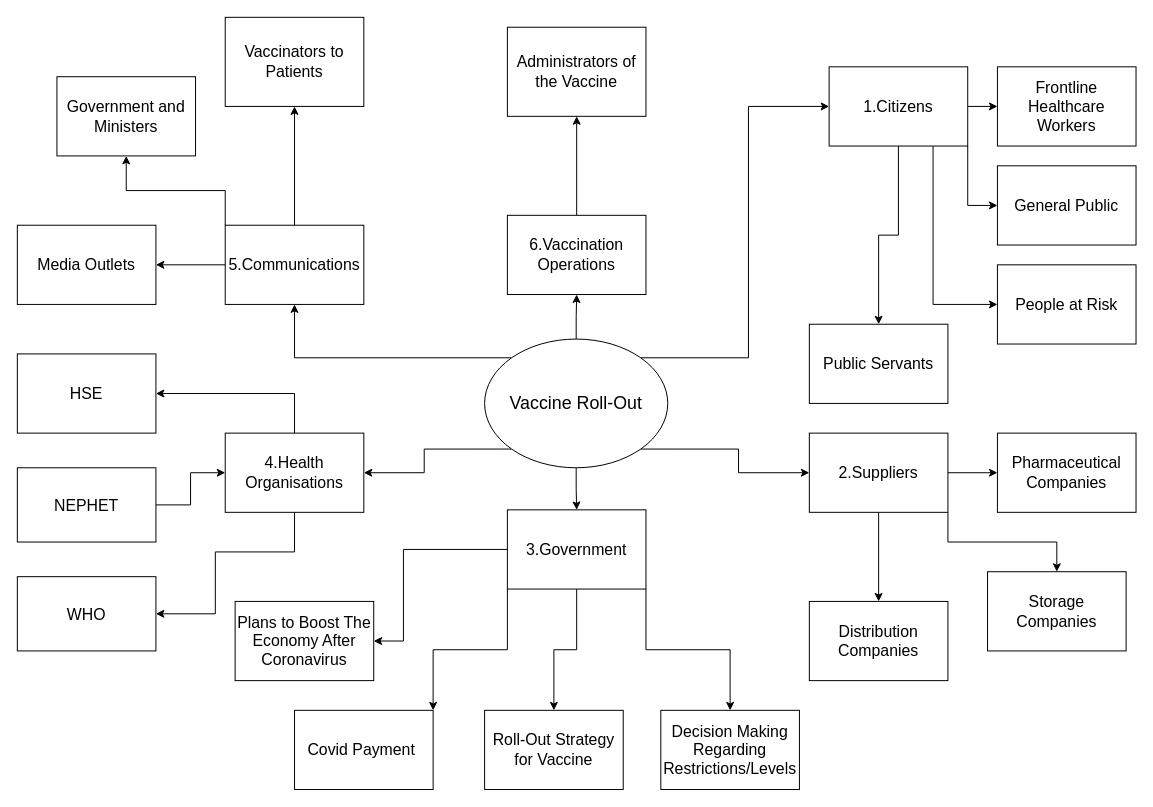
Before: Stakeholder Map.drawio in 119433684/119433684.github.io, a draw.io diagram. Source tidied: cells renumbered, new cells numbered last; positions are measured from the earlier drawing's top-left corner, leaving out a move shared by most shapes. Both pictures are drawn from the tidied source at 99%, with x=0, y=0 at pixel (17, 17).
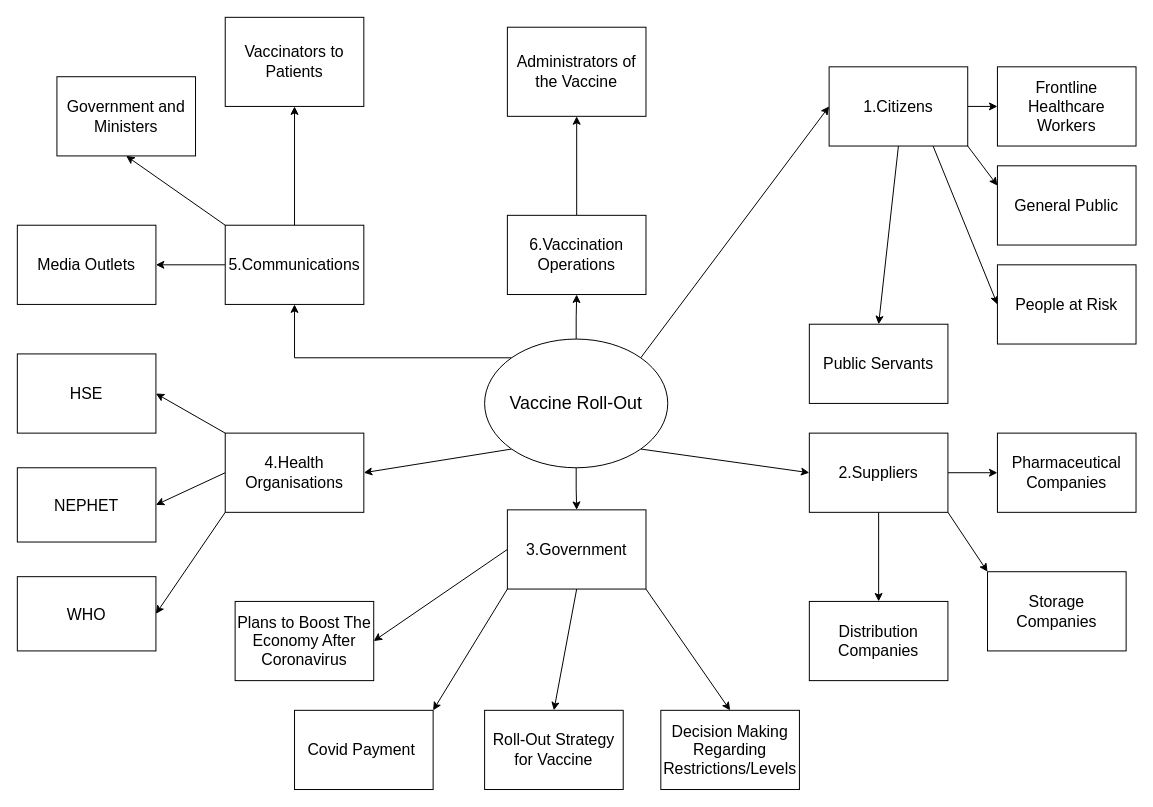
The same page after the edit.

Unchanged cells that the change refers to:
```xml
<mxCell id="8" value="Vaccine Roll-Out" style="ellipse;whiteSpace=wrap;html=1;fontSize=18;" parent="1" vertex="1">
  <mxGeometry x="472" y="325" width="185" height="130" as="geometry" />
</mxCell>
<mxCell id="11" value="4.Health Organisations" style="rounded=0;whiteSpace=wrap;html=1;fontSize=16;" parent="1" vertex="1">
  <mxGeometry x="210" y="420" width="140" height="80" as="geometry" />
</mxCell>
<mxCell id="13" value="NEPHET" style="rounded=0;whiteSpace=wrap;html=1;direction=east;fontSize=16;" parent="1" vertex="1">
  <mxGeometry y="455" width="140" height="75" as="geometry" />
</mxCell>
<mxCell id="14" value="HSE" style="rounded=0;whiteSpace=wrap;html=1;fontSize=16;" parent="1" vertex="1">
  <mxGeometry y="340" width="140" height="80" as="geometry" />
</mxCell>
<mxCell id="18" value="5.Communications" style="rounded=0;whiteSpace=wrap;html=1;fontSize=16;" parent="1" vertex="1">
  <mxGeometry x="210" y="210" width="140" height="80" as="geometry" />
</mxCell>
<mxCell id="20" value="Government and Ministers" style="rounded=0;whiteSpace=wrap;html=1;fontSize=16;" parent="1" vertex="1">
  <mxGeometry x="40" y="60" width="140" height="80" as="geometry" />
</mxCell>
<mxCell id="28" value="1.Citizens" style="rounded=0;whiteSpace=wrap;html=1;fontSize=16;" parent="1" vertex="1">
  <mxGeometry x="820" y="50" width="140" height="80" as="geometry" />
</mxCell>
<mxCell id="32" value="2.Suppliers" style="rounded=0;whiteSpace=wrap;html=1;fontSize=16;" parent="1" vertex="1">
  <mxGeometry x="800" y="420" width="140" height="80" as="geometry" />
</mxCell>
<mxCell id="37" value="3.Government" style="rounded=0;whiteSpace=wrap;html=1;fontSize=16;" parent="1" vertex="1">
  <mxGeometry x="495" y="497.5" width="140" height="80" as="geometry" />
</mxCell>
<mxCell id="38" value="Frontline Healthcare Workers" style="rounded=0;whiteSpace=wrap;html=1;fontSize=16;" parent="1" vertex="1">
  <mxGeometry x="990" y="50" width="140" height="80" as="geometry" />
</mxCell>
<mxCell id="39" value="General Public" style="rounded=0;whiteSpace=wrap;html=1;fontSize=16;" parent="1" vertex="1">
  <mxGeometry x="990" y="150" width="140" height="80" as="geometry" />
</mxCell>
<mxCell id="40" value="People at Risk" style="rounded=0;whiteSpace=wrap;html=1;fontSize=16;" parent="1" vertex="1">
  <mxGeometry x="990" y="250" width="140" height="80" as="geometry" />
</mxCell>
<mxCell id="41" value="Public Servants" style="rounded=0;whiteSpace=wrap;html=1;fontSize=16;" parent="1" vertex="1">
  <mxGeometry x="800" y="310" width="140" height="80" as="geometry" />
</mxCell>
<mxCell id="43" value="Storage Companies" style="rounded=0;whiteSpace=wrap;html=1;fontSize=16;" parent="1" vertex="1">
  <mxGeometry x="980" y="560" width="140" height="80" as="geometry" />
</mxCell>
<mxCell id="44" value="Distribution Companies" style="rounded=0;whiteSpace=wrap;html=1;fontSize=16;" parent="1" vertex="1">
  <mxGeometry x="800" y="590" width="140" height="80" as="geometry" />
</mxCell>
<mxCell id="45" value="Decision Making Regarding Restrictions/Levels" style="rounded=0;whiteSpace=wrap;html=1;fontSize=16;" parent="1" vertex="1">
  <mxGeometry x="650" y="700" width="140" height="80" as="geometry" />
</mxCell>
<mxCell id="46" value="Roll-Out Strategy for Vaccine" style="rounded=0;whiteSpace=wrap;html=1;fontSize=16;" parent="1" vertex="1">
  <mxGeometry x="472" y="700" width="140" height="80" as="geometry" />
</mxCell>
<mxCell id="47" value="Covid Payment&amp;nbsp;" style="rounded=0;whiteSpace=wrap;html=1;fontSize=16;" parent="1" vertex="1">
  <mxGeometry x="280" y="700" width="140" height="80" as="geometry" />
</mxCell>
<mxCell id="48" value="Plans to Boost The Economy After Coronavirus" style="rounded=0;whiteSpace=wrap;html=1;fontSize=16;" parent="1" vertex="1">
  <mxGeometry x="220" y="590" width="140" height="80" as="geometry" />
</mxCell>
<mxCell id="49" value="Vaccinators to Patients" style="rounded=0;whiteSpace=wrap;html=1;fontSize=16;" parent="1" vertex="1">
  <mxGeometry x="210" width="140" height="90" as="geometry" />
</mxCell>
<mxCell id="50" value="WHO" style="rounded=0;whiteSpace=wrap;html=1;direction=east;fontSize=16;" parent="1" vertex="1">
  <mxGeometry y="565" width="140" height="75" as="geometry" />
</mxCell>
```

Change to the diagram source:
```diff
@@
+    <mxCell id="7" style="edgeStyle=orthogonalEdgeStyle;rounded=0;jettySize=auto;html=1;exitX=0;exitY=0;exitDx=0;exitDy=0;entryX=0.5;entryY=1;entryDx=0;entryDy=0;fontSize=16;" parent="1" edge="1" source="8" target="18">
+      <mxGeometry relative="1" as="geometry" />
+    </mxCell>
+    <mxCell id="51" style="edgeStyle=none;rounded=0;jettySize=auto;html=1;exitX=1;exitY=0;exitDx=0;exitDy=0;" parent="1" edge="1" source="8">
+      <mxGeometry relative="1" as="geometry">
+        <mxPoint x="820" y="90" as="targetPoint" />
+      </mxGeometry>
+    </mxCell>
-    <mxCell id="4" style="edgeStyle=orthogonalEdgeStyle;rounded=0;jettySize=auto;html=1;exitX=1;exitY=1;exitDx=0;exitDy=0;entryX=0;entryY=0.5;entryDx=0;entryDy=0;fontSize=16;" parent="1" edge="1" source="8" target="32">
+    <mxCell id="4" style="edgeStyle=none;rounded=0;jettySize=auto;html=1;exitX=1;exitY=1;exitDx=0;exitDy=0;entryX=0;entryY=0.5;entryDx=0;entryDy=0;" parent="1" edge="1" source="8" target="32">
       <mxGeometry relative="1" as="geometry" />
     </mxCell>
-    <mxCell id="5" style="edgeStyle=orthogonalEdgeStyle;rounded=0;jettySize=auto;html=1;exitX=0;exitY=1;exitDx=0;exitDy=0;entryX=1;entryY=0.5;entryDx=0;entryDy=0;fontSize=16;" parent="1" edge="1" source="8" target="11">
+    <mxCell id="5" style="edgeStyle=none;rounded=0;jettySize=auto;html=1;exitX=0;exitY=1;exitDx=0;exitDy=0;entryX=1;entryY=0.5;entryDx=0;entryDy=0;" parent="1" edge="1" source="8" target="11">
       <mxGeometry relative="1" as="geometry" />
     </mxCell>
-    <mxCell id="6" style="edgeStyle=orthogonalEdgeStyle;rounded=0;jettySize=auto;html=1;exitX=1;exitY=0;exitDx=0;exitDy=0;entryX=0;entryY=0.5;entryDx=0;entryDy=0;fontSize=16;" parent="1" edge="1" source="8" target="28">
-      <mxGeometry relative="1" as="geometry" />
-    </mxCell>
-    <mxCell id="7" style="edgeStyle=orthogonalEdgeStyle;rounded=0;jettySize=auto;html=1;exitX=0;exitY=0;exitDx=0;exitDy=0;entryX=0.5;entryY=1;entryDx=0;entryDy=0;fontSize=16;" parent="1" edge="1" source="8" target="18">
-      <mxGeometry relative="1" as="geometry" />
-    </mxCell>
@@
-    <mxCell id="9" style="edgeStyle=orthogonalEdgeStyle;rounded=0;jettySize=auto;html=1;exitX=0.5;exitY=0;exitDx=0;exitDy=0;entryX=1;entryY=0.5;entryDx=0;entryDy=0;fontSize=16;" parent="1" edge="1" source="11" target="14">
+    <mxCell id="9" style="edgeStyle=none;rounded=0;jettySize=auto;html=1;exitX=0;exitY=0;exitDx=0;exitDy=0;entryX=1;entryY=0.5;entryDx=0;entryDy=0;" parent="1" edge="1" source="11" target="14">
       <mxGeometry relative="1" as="geometry" />
     </mxCell>
+    <mxCell id="52" style="edgeStyle=none;rounded=0;jettySize=auto;html=1;exitX=0;exitY=0.5;exitDx=0;exitDy=0;entryX=1;entryY=0.5;entryDx=0;entryDy=0;" parent="1" edge="1" source="11" target="13">
+      <mxGeometry relative="1" as="geometry" />
+    </mxCell>
-    <mxCell id="10" style="edgeStyle=orthogonalEdgeStyle;rounded=0;jettySize=auto;html=1;exitX=0.5;exitY=1;exitDx=0;exitDy=0;entryX=1;entryY=0.5;entryDx=0;entryDy=0;fontSize=16;" parent="1" edge="1" source="11" target="50">
-      <mxGeometry relative="1" as="geometry">
-        <Array as="points">
-          <mxPoint x="280" y="540" />
-          <mxPoint x="200" y="540" />
-          <mxPoint x="200" y="603" />
-        </Array>
-      </mxGeometry>
+    <mxCell id="10" style="edgeStyle=none;rounded=0;jettySize=auto;html=1;exitX=0;exitY=1;exitDx=0;exitDy=0;entryX=1;entryY=0.5;entryDx=0;entryDy=0;" parent="1" edge="1" source="11" target="50">
+      <mxGeometry relative="1" as="geometry" />
     </mxCell>
@@
-    <mxCell id="12" style="edgeStyle=orthogonalEdgeStyle;rounded=0;jettySize=auto;html=1;exitX=1;exitY=0.5;exitDx=0;exitDy=0;entryX=0;entryY=0.5;entryDx=0;entryDy=0;fontSize=16;" parent="1" edge="1" source="13" target="11">
-      <mxGeometry relative="1" as="geometry" />
-    </mxCell>
@@
+    <mxCell id="17" style="edgeStyle=orthogonalEdgeStyle;rounded=0;jettySize=auto;html=1;exitX=0.5;exitY=0;exitDx=0;exitDy=0;entryX=0.5;entryY=1;entryDx=0;entryDy=0;fontSize=16;" parent="1" edge="1" source="18" target="49">
+      <mxGeometry relative="1" as="geometry" />
+    </mxCell>
-    <mxCell id="16" style="edgeStyle=orthogonalEdgeStyle;rounded=0;jettySize=auto;html=1;exitX=0;exitY=0;exitDx=0;exitDy=0;entryX=0.5;entryY=1;entryDx=0;entryDy=0;fontSize=18;" parent="1" edge="1" source="18" target="20">
+    <mxCell id="16" style="edgeStyle=none;rounded=0;jettySize=auto;html=1;exitX=0;exitY=0;exitDx=0;exitDy=0;entryX=0.5;entryY=1;entryDx=0;entryDy=0;" parent="1" edge="1" source="18" target="20">
       <mxGeometry relative="1" as="geometry" />
     </mxCell>
-    <mxCell id="17" style="edgeStyle=orthogonalEdgeStyle;rounded=0;jettySize=auto;html=1;exitX=0.5;exitY=0;exitDx=0;exitDy=0;entryX=0.5;entryY=1;entryDx=0;entryDy=0;fontSize=16;" parent="1" edge="1" source="18" target="49">
-      <mxGeometry relative="1" as="geometry" />
-    </mxCell>
@@
-    <mxCell id="24" style="edgeStyle=orthogonalEdgeStyle;rounded=0;jettySize=auto;html=1;exitX=1;exitY=0.5;exitDx=0;exitDy=0;entryX=0;entryY=0.5;entryDx=0;entryDy=0;fontSize=16;" parent="1" edge="1" source="28" target="38">
+    <mxCell id="24" style="edgeStyle=none;rounded=0;jettySize=auto;html=1;exitX=1;exitY=0.5;exitDx=0;exitDy=0;entryX=0;entryY=0.5;entryDx=0;entryDy=0;" parent="1" edge="1" source="28" target="38">
       <mxGeometry relative="1" as="geometry" />
     </mxCell>
-    <mxCell id="25" style="edgeStyle=orthogonalEdgeStyle;rounded=0;jettySize=auto;html=1;exitX=1;exitY=1;exitDx=0;exitDy=0;entryX=0;entryY=0.5;entryDx=0;entryDy=0;fontSize=16;" parent="1" edge="1" source="28" target="39">
+    <mxCell id="25" style="edgeStyle=none;rounded=0;jettySize=auto;html=1;exitX=1;exitY=1;exitDx=0;exitDy=0;entryX=0;entryY=0.25;entryDx=0;entryDy=0;" parent="1" edge="1" source="28" target="39">
       <mxGeometry relative="1" as="geometry" />
     </mxCell>
-    <mxCell id="26" style="edgeStyle=orthogonalEdgeStyle;rounded=0;jettySize=auto;html=1;exitX=0.75;exitY=1;exitDx=0;exitDy=0;entryX=0;entryY=0.5;entryDx=0;entryDy=0;fontSize=16;" parent="1" edge="1" source="28" target="40">
+    <mxCell id="26" style="edgeStyle=none;rounded=0;jettySize=auto;html=1;exitX=0.75;exitY=1;exitDx=0;exitDy=0;entryX=0;entryY=0.5;entryDx=0;entryDy=0;" parent="1" edge="1" source="28" target="40">
       <mxGeometry relative="1" as="geometry" />
     </mxCell>
-    <mxCell id="27" style="edgeStyle=orthogonalEdgeStyle;rounded=0;jettySize=auto;html=1;exitX=0.5;exitY=1;exitDx=0;exitDy=0;entryX=0.5;entryY=0;entryDx=0;entryDy=0;fontSize=16;" parent="1" edge="1" source="28" target="41">
+    <mxCell id="27" style="edgeStyle=none;rounded=0;jettySize=auto;html=1;exitX=0.5;exitY=1;exitDx=0;exitDy=0;entryX=0.5;entryY=0;entryDx=0;entryDy=0;" parent="1" edge="1" source="28" target="41">
       <mxGeometry relative="1" as="geometry" />
     </mxCell>
@@
+    <mxCell id="31" style="edgeStyle=orthogonalEdgeStyle;rounded=0;jettySize=auto;html=1;exitX=0.5;exitY=1;exitDx=0;exitDy=0;entryX=0.5;entryY=0;entryDx=0;entryDy=0;fontSize=16;" parent="1" edge="1" source="32" target="44">
+      <mxGeometry relative="1" as="geometry" />
+    </mxCell>
-    <mxCell id="30" style="edgeStyle=orthogonalEdgeStyle;rounded=0;jettySize=auto;html=1;exitX=1;exitY=1;exitDx=0;exitDy=0;entryX=0.5;entryY=0;entryDx=0;entryDy=0;fontSize=16;" parent="1" edge="1" source="32" target="43">
+    <mxCell id="30" style="edgeStyle=none;rounded=0;jettySize=auto;html=1;exitX=1;exitY=1;exitDx=0;exitDy=0;entryX=0;entryY=0;entryDx=0;entryDy=0;" parent="1" edge="1" source="32" target="43">
       <mxGeometry relative="1" as="geometry" />
     </mxCell>
-    <mxCell id="31" style="edgeStyle=orthogonalEdgeStyle;rounded=0;jettySize=auto;html=1;exitX=0.5;exitY=1;exitDx=0;exitDy=0;entryX=0.5;entryY=0;entryDx=0;entryDy=0;fontSize=16;" parent="1" edge="1" source="32" target="44">
-      <mxGeometry relative="1" as="geometry" />
-    </mxCell>
@@
-    <mxCell id="33" style="edgeStyle=orthogonalEdgeStyle;rounded=0;jettySize=auto;html=1;exitX=1;exitY=1;exitDx=0;exitDy=0;entryX=0.5;entryY=0;entryDx=0;entryDy=0;fontSize=16;" parent="1" edge="1" source="37" target="45">
+    <mxCell id="33" style="edgeStyle=none;rounded=0;jettySize=auto;html=1;exitX=1;exitY=1;exitDx=0;exitDy=0;entryX=0.5;entryY=0;entryDx=0;entryDy=0;" parent="1" edge="1" source="37" target="45">
       <mxGeometry relative="1" as="geometry" />
     </mxCell>
+    <mxCell id="35" style="edgeStyle=none;rounded=0;jettySize=auto;html=1;exitX=0.5;exitY=1;exitDx=0;exitDy=0;entryX=0.5;entryY=0;entryDx=0;entryDy=0;" parent="1" edge="1" source="37" target="46">
+      <mxGeometry relative="1" as="geometry" />
+    </mxCell>
-    <mxCell id="34" style="edgeStyle=orthogonalEdgeStyle;rounded=0;jettySize=auto;html=1;exitX=0;exitY=1;exitDx=0;exitDy=0;entryX=1;entryY=0;entryDx=0;entryDy=0;fontSize=16;" parent="1" edge="1" source="37" target="47">
+    <mxCell id="34" style="edgeStyle=none;rounded=0;jettySize=auto;html=1;exitX=0;exitY=1;exitDx=0;exitDy=0;entryX=1;entryY=0;entryDx=0;entryDy=0;" parent="1" edge="1" source="37" target="47">
       <mxGeometry relative="1" as="geometry" />
     </mxCell>
-    <mxCell id="35" style="edgeStyle=orthogonalEdgeStyle;rounded=0;jettySize=auto;html=1;exitX=0.5;exitY=1;exitDx=0;exitDy=0;entryX=0.5;entryY=0;entryDx=0;entryDy=0;fontSize=16;" parent="1" edge="1" source="37" target="46">
-      <mxGeometry relative="1" as="geometry" />
-    </mxCell>
-    <mxCell id="36" style="edgeStyle=orthogonalEdgeStyle;rounded=0;jettySize=auto;html=1;exitX=0;exitY=0.5;exitDx=0;exitDy=0;entryX=1;entryY=0.5;entryDx=0;entryDy=0;fontSize=16;" parent="1" edge="1" source="37" target="48">
-      <mxGeometry relative="1" as="geometry">
-        <Array as="points">
-          <mxPoint x="390" y="538" />
-          <mxPoint x="390" y="630" />
-        </Array>
-      </mxGeometry>
+    <mxCell id="36" style="edgeStyle=none;rounded=0;jettySize=auto;html=1;exitX=0;exitY=0.5;exitDx=0;exitDy=0;entryX=1;entryY=0.5;entryDx=0;entryDy=0;" parent="1" edge="1" source="37" target="48">
+      <mxGeometry relative="1" as="geometry" />
     </mxCell>
```
